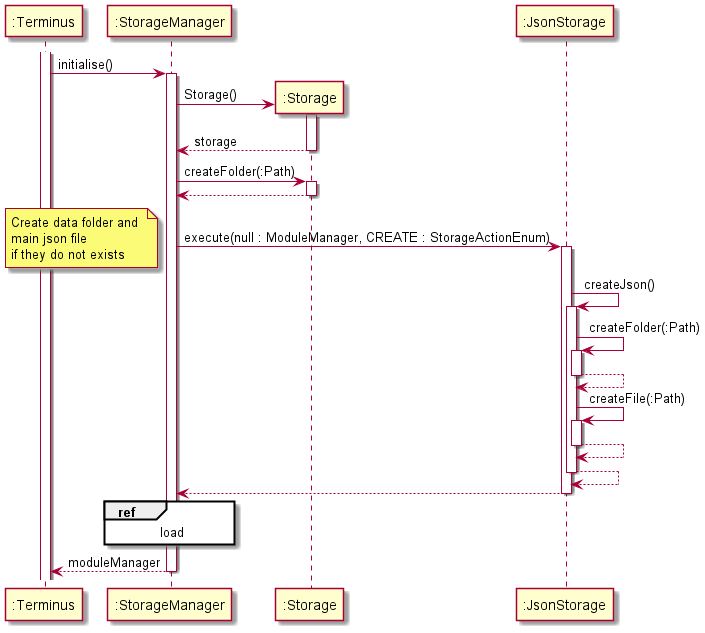
Earlier version of the PlantUML export docs/attachments/StorageLoadSequenceDiagram_part1.png (nus-cs2113-AY2122S1/tp).
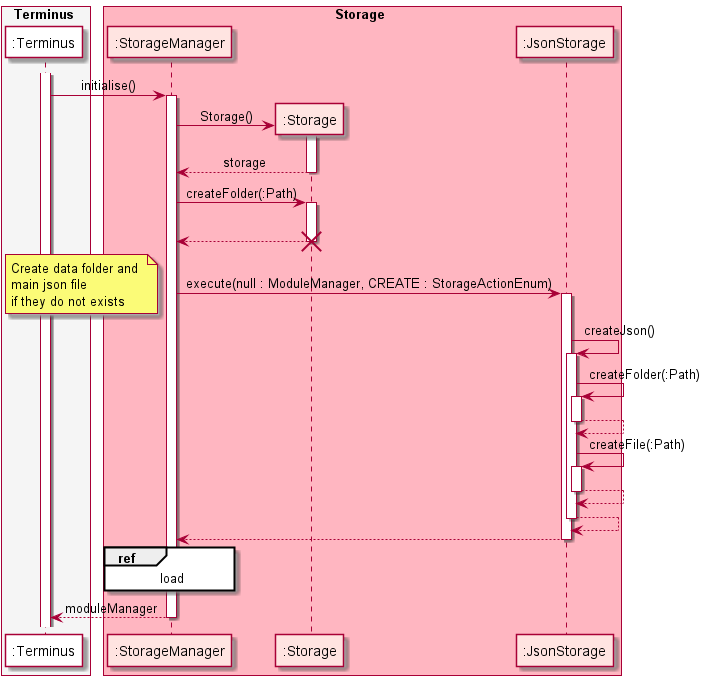
After the commit.

Commit message:
Add loading sequence diagram for storage in DG

What changed in the source:
```diff
@@ -1,10 +1,16 @@
 @startuml
 
-participant ":Terminus" as Terminus
-participant ":StorageManager" as StorageManager
+skinparam sequenceMessageAlign center
 
-participant ":Storage" as Storage
-participant ":JsonStorage" as JsonStorage
+box Terminus #whitesmoke
+participant ":Terminus" as Terminus #white
+endbox
+
+box Storage #lightpink
+participant ":StorageManager" as StorageManager #mistyrose
+participant ":Storage" as Storage #mistyrose
+participant ":JsonStorage" as JsonStorage #mistyrose
+endbox
 
 activate Terminus
 Terminus -> StorageManager : initialise()
@@ -15,7 +21,9 @@
 return storage
 StorageManager -> Storage : createFolder(:Path)
 activate Storage
+|||
 return
+destroy Storage
 StorageManager -> JsonStorage : execute(null : ModuleManager, CREATE : StorageActionEnum)
 activate JsonStorage
 note left: Create data folder and \nmain json file \nif they do not exists
```
